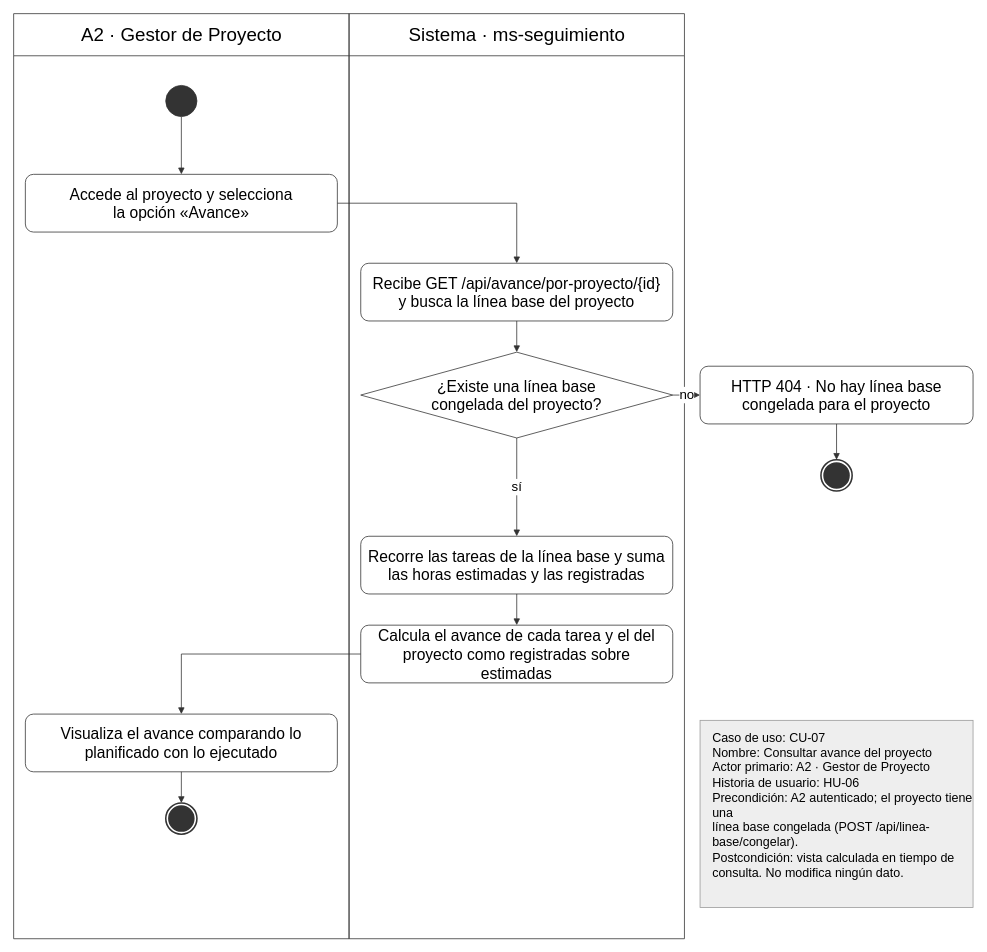
This is Docs/Diagramas/Actividad/CU-07_Consultar_Avance_Proyecto.drawio from tfm-missi-2026/orquestacion, a draw.io file, before an edit. Source tidied: cells renumbered, new cells numbered last; positions are measured from the earlier drawing's top-left corner, leaving out a move shared by most shapes. Both pictures are drawn from the tidied source at 78%, with x=0, y=0 at pixel (13, 13).
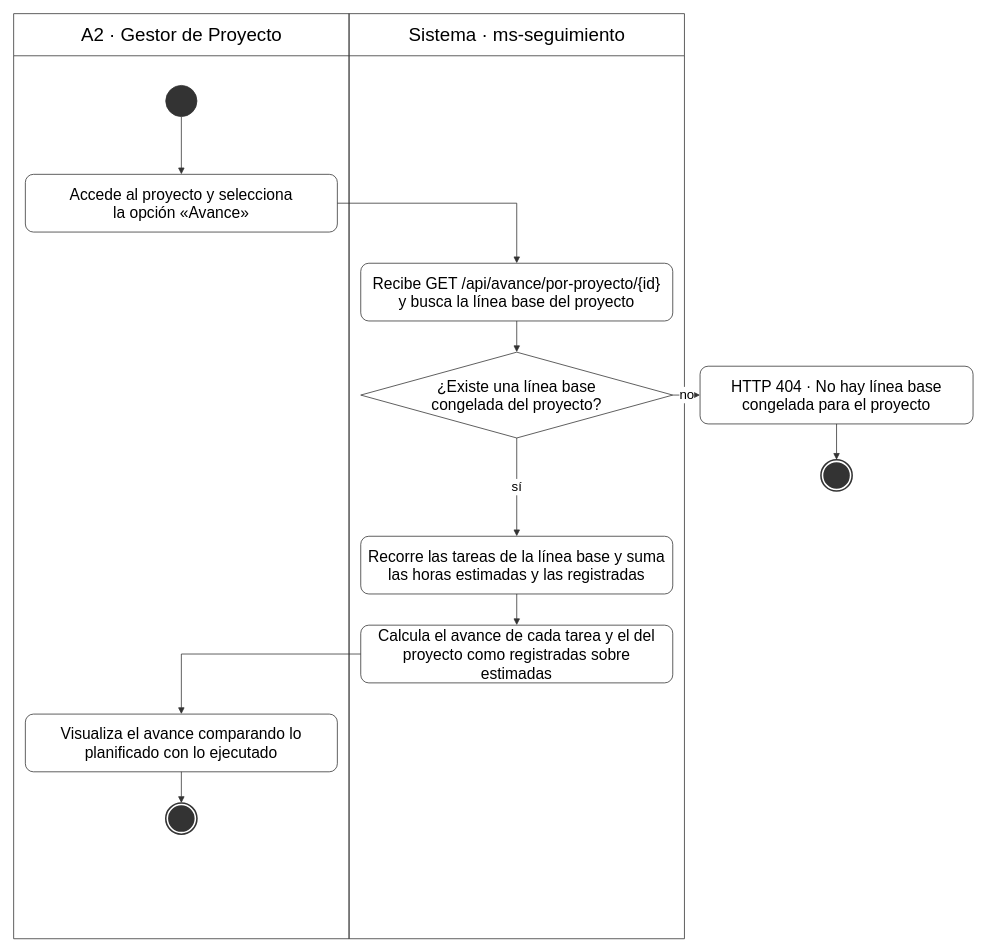
The same page after the edit.

Diff of the diagram source:
```diff
@@
-    <mxCell id="23" value="Caso de uso: CU-07&lt;br&gt;Nombre: Consultar avance del proyecto&lt;br&gt;Actor primario: A2 · Gestor de Proyecto&lt;br&gt;Historia de usuario: HU-06&lt;br&gt;Precondición: A2 autenticado; el proyecto tiene una&lt;br&gt;línea base congelada (POST /api/linea-base/congelar).&lt;br&gt;Postcondición: vista calculada en tiempo de&lt;br&gt;consulta. No modifica ningún dato." style="rounded=0;whiteSpace=wrap;html=1;fillColor=#EEEEEE;strokeColor=#999999;strokeWidth=1;fontColor=#000000;fontSize=16;align=left;verticalAlign=top;spacingLeft=14;spacingTop=6;shadow=0;" parent="1" vertex="1">
-      <mxGeometry x="880" y="906" width="350" height="240" as="geometry" />
-    </mxCell>
```
